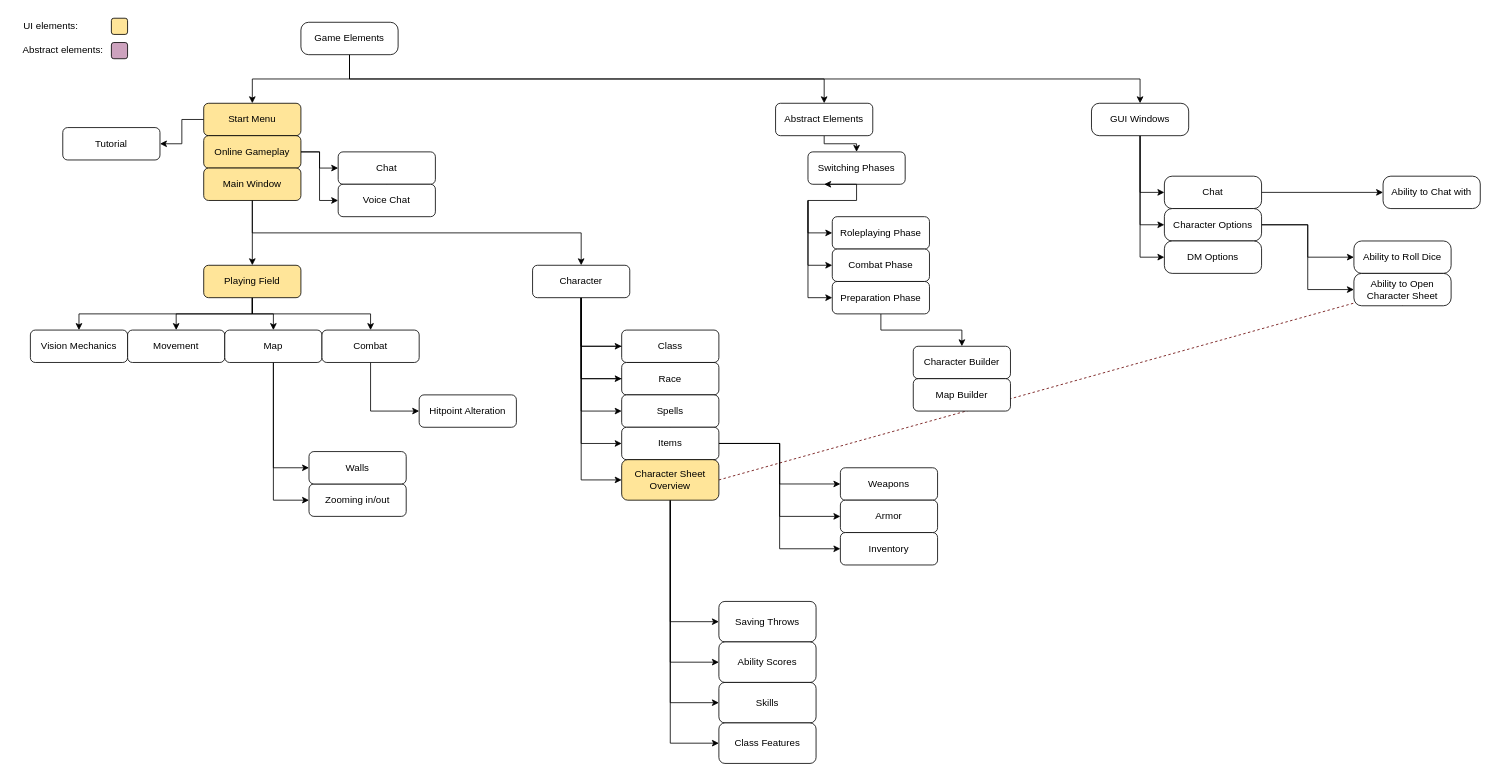
Above: Dependency graph.drawio in Nemijt03/Dnd-Simulator (draw.io), before the change. Source tidied: cells renumbered, new cells numbered last; positions are measured from the earlier drawing's top-left corner, leaving out a move shared by most shapes. Both pictures are drawn from the tidied source at 81%, with x=0, y=0 at pixel (14, 14).
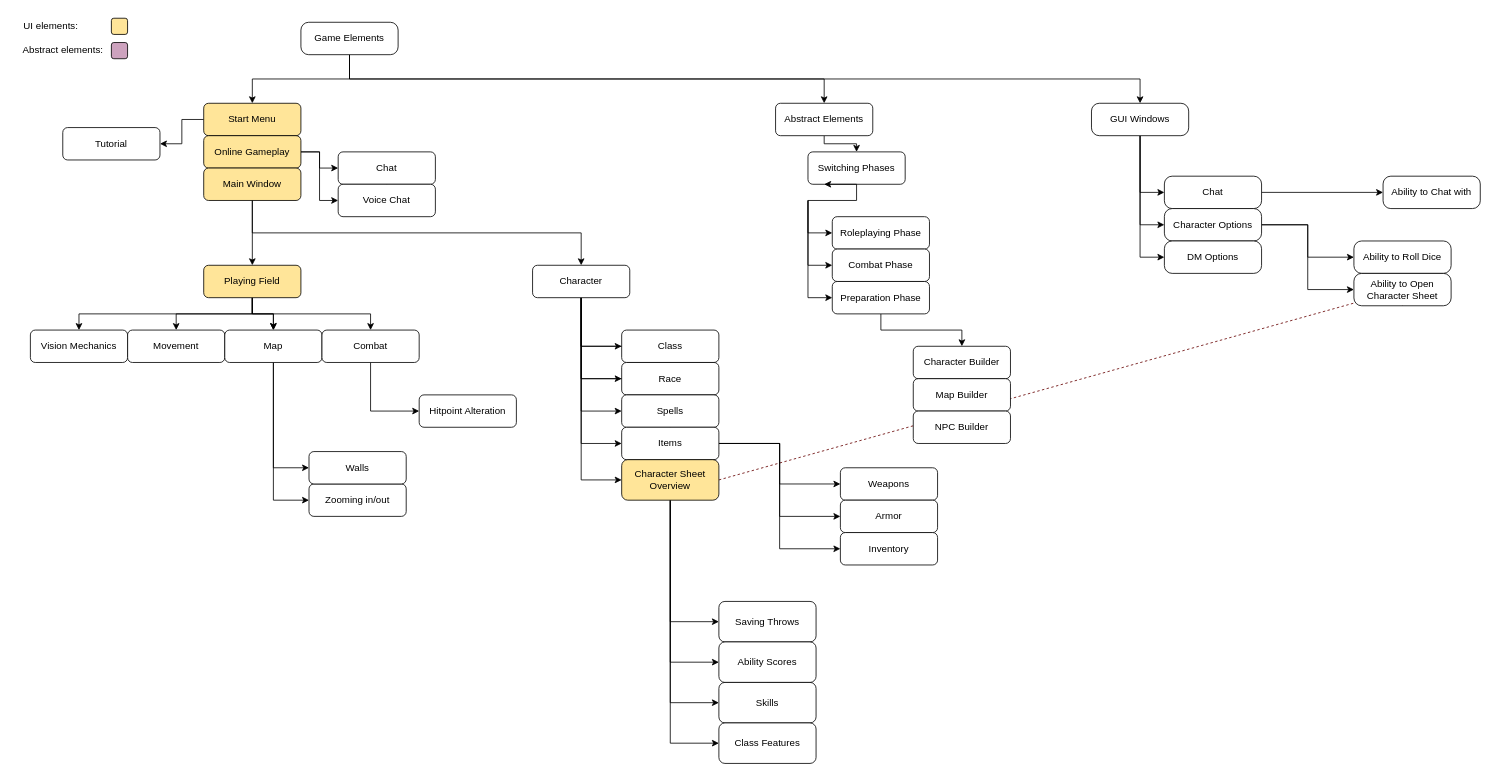
After the change.

Unchanged cells that the change refers to:
```xml
<mxCell id="30" value="Playing Field" style="rounded=1;whiteSpace=wrap;html=1;fillColor=#FFE599;" parent="1" vertex="1">
  <mxGeometry x="234" y="310" width="120" height="40" as="geometry" />
</mxCell>
<mxCell id="41" value="Map" style="rounded=1;whiteSpace=wrap;html=1;" parent="1" vertex="1">
  <mxGeometry x="260" y="390" width="120" height="40" as="geometry" />
</mxCell>
```

The edit, as a diff of the source:
```diff
@@
+    <mxCell id="93" style="edgeStyle=orthogonalEdgeStyle;rounded=0;jettySize=auto;html=1;" parent="1" edge="1" source="30" target="41">
+      <mxGeometry relative="1" as="geometry" />
+    </mxCell>
@@
+    <mxCell id="94" value="NPC Builder" style="rounded=1;whiteSpace=wrap;html=1;" parent="1" vertex="1">
+      <mxGeometry x="1110" y="490" width="120" height="40" as="geometry" />
+    </mxCell>
```
